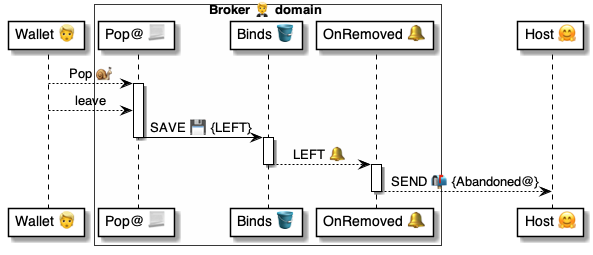
Above: 4 ⚙️ Solution/20 🧑‍🦰 UI/Brokers 🤵/🤵🪣 Broker tables/Chats 💬 table/🪣🔔 8 Left/🤵 OnChatLeft ⚙️ uml.png in pollyweb-org/pollyweb-docs (PlantUML), before the change. Its source is kept beside it as 4 ⚙️ Solution/20 🧑‍🦰 UI/Brokers 🤵/🤵🪣 Broker tables/Chats 💬 table/🪣🔔 8 Left/🤵 OnChatLeft ⚙️ uml.puml.
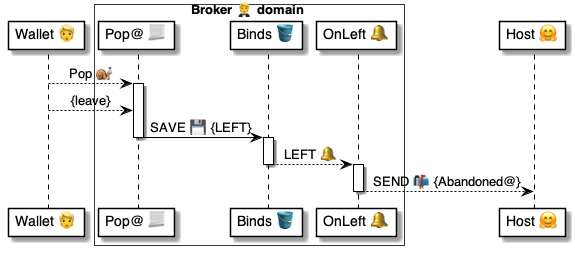
The same diagram one commit later.

Change to the diagram source:
```diff
@@ -5,7 +5,7 @@
 box Broker 🤵 domain #FFFFFA
     participant "Pop@ 📃" as script
     participant "Binds 🪣" as binds
-    participant "OnRemoved 🔔" as handler
+    participant "OnLeft 🔔" as handler
 end box
 
 participant "Host 🤗" as host
@@ -13,7 +13,7 @@
 wallet --> script: Pop 🐌
 
 activate script
-    wallet --> script: leave
+    wallet --> script: {leave}
     script -> binds: SAVE 💾 {LEFT}
 deactivate script
 
```
